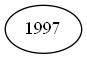
Before: Cliente/src/assets/arboles/matriz.png, a diagram exported from Graphviz (RojasCJP/EDD_VirtualMall_201900289). Its source is kept beside it as Cliente/src/assets/graphviz/matriz.dot.
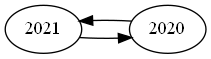
After the commit.

Diff of the diagram source:
```diff
@@ -1,4 +1,5 @@
 digraph matriz{
     rankdir = "LR"
-1997
+2021->2020
+2020->2021
 }
```
